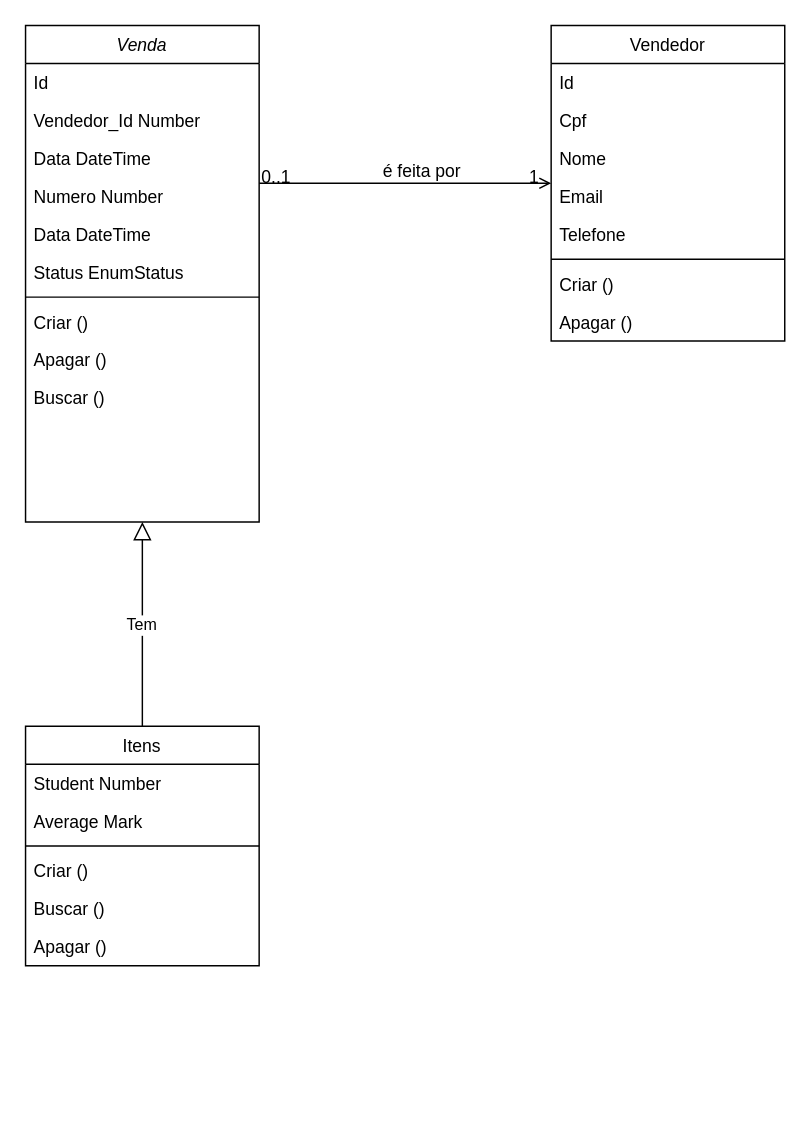
This is Diagrama sem nome.drawio from carolinefreitasalegre/desafio-tecnico-backend, a draw.io file, before an edit. Source tidied: cells renumbered, new cells numbered last; positions are measured from the earlier drawing's top-left corner, leaving out a move shared by most shapes. Both pictures are drawn from the tidied source at 146%, with x=0, y=0 at pixel (25, 25).
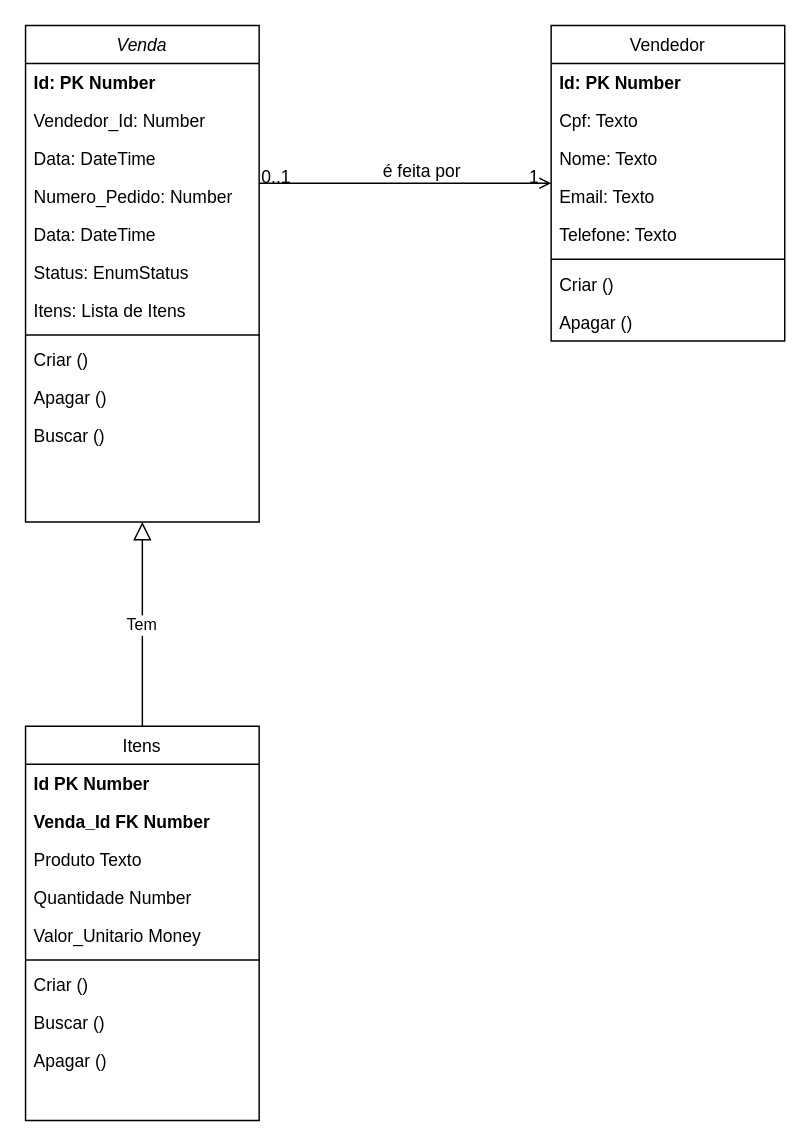
The same diagram, later.

Unchanged cells that the change refers to:
```xml
<mxCell id="2" value="Venda" style="swimlane;fontStyle=2;align=center;verticalAlign=top;horizontal=1;startSize=26;rounded=0;shadow=0;strokeWidth=1;" parent="1" vertex="1">
  <mxGeometry width="160" height="340" as="geometry" />
</mxCell>
<mxCell id="21" value="Vendedor" style="swimlane;fontStyle=0;align=center;verticalAlign=top;horizontal=1;startSize=26;rounded=0;shadow=0;strokeWidth=1;" parent="1" vertex="1">
  <mxGeometry x="360" width="160" height="216" as="geometry" />
</mxCell>
```

The edit, as a diff of the source:
```diff
@@
-    <mxCell id="3" value="Id" style="text;align=left;verticalAlign=top;spacingLeft=4;spacingRight=4;overflow=hidden;" parent="2" vertex="1">
+    <mxCell id="3" value="Id: PK Number" style="text;align=left;verticalAlign=top;spacingLeft=4;spacingRight=4;overflow=hidden;fontStyle=1;" parent="2" vertex="1">
       <mxGeometry y="26" width="160" height="26" as="geometry" />
     </mxCell>
-    <mxCell id="4" value="Vendedor_Id Number" style="text;align=left;verticalAlign=top;spacingLeft=4;spacingRight=4;overflow=hidden;rounded=0;shadow=0;html=0;" parent="2" vertex="1">
+    <mxCell id="4" value="Vendedor_Id: Number" style="text;align=left;verticalAlign=top;spacingLeft=4;spacingRight=4;overflow=hidden;rounded=0;shadow=0;html=0;" parent="2" vertex="1">
       <mxGeometry y="52" width="160" height="26" as="geometry" />
     </mxCell>
-    <mxCell id="5" value="Data DateTime" style="text;align=left;verticalAlign=top;spacingLeft=4;spacingRight=4;overflow=hidden;rounded=0;shadow=0;html=0;" parent="2" vertex="1">
+    <mxCell id="5" value="Data: DateTime" style="text;align=left;verticalAlign=top;spacingLeft=4;spacingRight=4;overflow=hidden;rounded=0;shadow=0;html=0;" parent="2" vertex="1">
       <mxGeometry y="78" width="160" height="26" as="geometry" />
     </mxCell>
-    <mxCell id="6" value="Numero Number" style="text;align=left;verticalAlign=top;spacingLeft=4;spacingRight=4;overflow=hidden;rounded=0;shadow=0;html=0;" parent="2" vertex="1">
+    <mxCell id="6" value="Numero_Pedido: Number" style="text;align=left;verticalAlign=top;spacingLeft=4;spacingRight=4;overflow=hidden;rounded=0;shadow=0;html=0;" parent="2" vertex="1">
       <mxGeometry y="104" width="160" height="26" as="geometry" />
     </mxCell>
-    <mxCell id="7" value="Data DateTime" style="text;align=left;verticalAlign=top;spacingLeft=4;spacingRight=4;overflow=hidden;rounded=0;shadow=0;html=0;" parent="2" vertex="1">
+    <mxCell id="7" value="Data: DateTime" style="text;align=left;verticalAlign=top;spacingLeft=4;spacingRight=4;overflow=hidden;rounded=0;shadow=0;html=0;" parent="2" vertex="1">
       <mxGeometry y="130" width="160" height="26" as="geometry" />
     </mxCell>
-    <mxCell id="8" value="Status EnumStatus" style="text;align=left;verticalAlign=top;spacingLeft=4;spacingRight=4;overflow=hidden;rounded=0;shadow=0;html=0;" parent="2" vertex="1">
+    <mxCell id="8" value="Status: EnumStatus" style="text;align=left;verticalAlign=top;spacingLeft=4;spacingRight=4;overflow=hidden;rounded=0;shadow=0;html=0;" parent="2" vertex="1">
       <mxGeometry y="156" width="160" height="26" as="geometry" />
     </mxCell>
+    <mxCell id="34" value="Itens: Lista de Itens" style="text;align=left;verticalAlign=top;spacingLeft=4;spacingRight=4;overflow=hidden;rounded=0;shadow=0;html=0;" parent="2" vertex="1">
+      <mxGeometry y="182" width="160" height="26" as="geometry" />
+    </mxCell>
     <mxCell id="9" style="line;html=1;strokeWidth=1;align=left;verticalAlign=middle;spacingTop=-1;spacingLeft=3;spacingRight=3;labelPosition=right;" parent="2" vertex="1">
-      <mxGeometry y="182" width="160" height="8" as="geometry" />
+      <mxGeometry y="208" width="160" height="8" as="geometry" />
     </mxCell>
     <mxCell id="10" value="Criar ()" style="text;align=left;verticalAlign=top;spacingLeft=4;spacingRight=4;overflow=hidden;" parent="2" vertex="1">
-      <mxGeometry y="190" width="160" height="26" as="geometry" />
+      <mxGeometry y="216" width="160" height="26" as="geometry" />
     </mxCell>
     <mxCell id="11" value="Apagar ()" style="text;align=left;verticalAlign=top;spacingLeft=4;spacingRight=4;overflow=hidden;" parent="2" vertex="1">
-      <mxGeometry y="216" width="160" height="26" as="geometry" />
+      <mxGeometry y="242" width="160" height="26" as="geometry" />
     </mxCell>
     <mxCell id="12" value="Buscar ()" style="text;align=left;verticalAlign=top;spacingLeft=4;spacingRight=4;overflow=hidden;" parent="2" vertex="1">
-      <mxGeometry y="242" width="160" height="26" as="geometry" />
+      <mxGeometry y="268" width="160" height="26" as="geometry" />
     </mxCell>
     <mxCell id="13" value="Itens" style="swimlane;fontStyle=0;align=center;verticalAlign=top;horizontal=1;startSize=26;rounded=0;shadow=0;strokeWidth=1;" parent="1" vertex="1">
-      <mxGeometry y="480" width="160" height="164" as="geometry" />
+      <mxGeometry y="480" width="160" height="270" as="geometry" />
     </mxCell>
-    <mxCell id="14" value="Student Number" style="text;align=left;verticalAlign=top;spacingLeft=4;spacingRight=4;overflow=hidden;" parent="13" vertex="1">
+    <mxCell id="14" value="Id PK Number" style="text;align=left;verticalAlign=top;spacingLeft=4;spacingRight=4;overflow=hidden;fontStyle=1;" parent="13" vertex="1">
       <mxGeometry y="26" width="160" height="26" as="geometry" />
     </mxCell>
-    <mxCell id="15" value="Average Mark" style="text;align=left;verticalAlign=top;spacingLeft=4;spacingRight=4;overflow=hidden;rounded=0;shadow=0;html=0;" parent="13" vertex="1">
+    <mxCell id="15" value="Venda_Id FK Number" style="text;align=left;verticalAlign=top;spacingLeft=4;spacingRight=4;overflow=hidden;rounded=0;shadow=0;html=0;fontStyle=1;" parent="13" vertex="1">
       <mxGeometry y="52" width="160" height="26" as="geometry" />
     </mxCell>
+    <mxCell id="35" value="Produto Texto" style="text;align=left;verticalAlign=top;spacingLeft=4;spacingRight=4;overflow=hidden;" parent="13" vertex="1">
+      <mxGeometry y="78" width="160" height="26" as="geometry" />
+    </mxCell>
+    <mxCell id="36" value="Quantidade Number" style="text;align=left;verticalAlign=top;spacingLeft=4;spacingRight=4;overflow=hidden;" parent="13" vertex="1">
+      <mxGeometry y="104" width="160" height="26" as="geometry" />
+    </mxCell>
+    <mxCell id="37" value="Valor_Unitario Money" style="text;align=left;verticalAlign=top;spacingLeft=4;spacingRight=4;overflow=hidden;" parent="13" vertex="1">
+      <mxGeometry y="130" width="160" height="26" as="geometry" />
+    </mxCell>
     <mxCell id="16" style="line;html=1;strokeWidth=1;align=left;verticalAlign=middle;spacingTop=-1;spacingLeft=3;spacingRight=3;labelPosition=right;" parent="13" vertex="1">
-      <mxGeometry y="78" width="160" height="8" as="geometry" />
+      <mxGeometry y="156" width="160" height="8" as="geometry" />
     </mxCell>
     <mxCell id="17" value="Criar ()" style="text;align=left;verticalAlign=top;spacingLeft=4;spacingRight=4;overflow=hidden;" parent="13" vertex="1">
-      <mxGeometry y="86" width="160" height="26" as="geometry" />
+      <mxGeometry y="164" width="160" height="26" as="geometry" />
     </mxCell>
     <mxCell id="18" value="Buscar ()" style="text;align=left;verticalAlign=top;spacingLeft=4;spacingRight=4;overflow=hidden;" parent="13" vertex="1">
-      <mxGeometry y="112" width="160" height="26" as="geometry" />
+      <mxGeometry y="190" width="160" height="26" as="geometry" />
     </mxCell>
     <mxCell id="19" value="Apagar ()" style="text;align=left;verticalAlign=top;spacingLeft=4;spacingRight=4;overflow=hidden;" parent="13" vertex="1">
-      <mxGeometry y="138" width="160" height="26" as="geometry" />
+      <mxGeometry y="216" width="160" height="26" as="geometry" />
     </mxCell>
@@
-    <mxCell id="22" value="Id" style="text;align=left;verticalAlign=top;spacingLeft=4;spacingRight=4;overflow=hidden;" parent="21" vertex="1">
+    <mxCell id="22" value="Id: PK Number" style="text;align=left;verticalAlign=top;spacingLeft=4;spacingRight=4;overflow=hidden;fontStyle=1;" parent="21" vertex="1">
       <mxGeometry y="26" width="160" height="26" as="geometry" />
     </mxCell>
-    <mxCell id="23" value="Cpf" style="text;align=left;verticalAlign=top;spacingLeft=4;spacingRight=4;overflow=hidden;rounded=0;shadow=0;html=0;" parent="21" vertex="1">
+    <mxCell id="23" value="Cpf: Texto" style="text;align=left;verticalAlign=top;spacingLeft=4;spacingRight=4;overflow=hidden;rounded=0;shadow=0;html=0;" parent="21" vertex="1">
       <mxGeometry y="52" width="160" height="26" as="geometry" />
     </mxCell>
-    <mxCell id="24" value="Nome" style="text;align=left;verticalAlign=top;spacingLeft=4;spacingRight=4;overflow=hidden;rounded=0;shadow=0;html=0;" parent="21" vertex="1">
+    <mxCell id="24" value="Nome: Texto" style="text;align=left;verticalAlign=top;spacingLeft=4;spacingRight=4;overflow=hidden;rounded=0;shadow=0;html=0;" parent="21" vertex="1">
       <mxGeometry y="78" width="160" height="26" as="geometry" />
     </mxCell>
-    <mxCell id="25" value="Email" style="text;align=left;verticalAlign=top;spacingLeft=4;spacingRight=4;overflow=hidden;rounded=0;shadow=0;html=0;" parent="21" vertex="1">
+    <mxCell id="25" value="Email: Texto" style="text;align=left;verticalAlign=top;spacingLeft=4;spacingRight=4;overflow=hidden;rounded=0;shadow=0;html=0;" parent="21" vertex="1">
       <mxGeometry y="104" width="160" height="26" as="geometry" />
     </mxCell>
-    <mxCell id="26" value="Telefone" style="text;align=left;verticalAlign=top;spacingLeft=4;spacingRight=4;overflow=hidden;rounded=0;shadow=0;html=0;" parent="21" vertex="1">
+    <mxCell id="26" value="Telefone: Texto" style="text;align=left;verticalAlign=top;spacingLeft=4;spacingRight=4;overflow=hidden;rounded=0;shadow=0;html=0;" parent="21" vertex="1">
       <mxGeometry y="130" width="160" height="26" as="geometry" />
     </mxCell>
```
